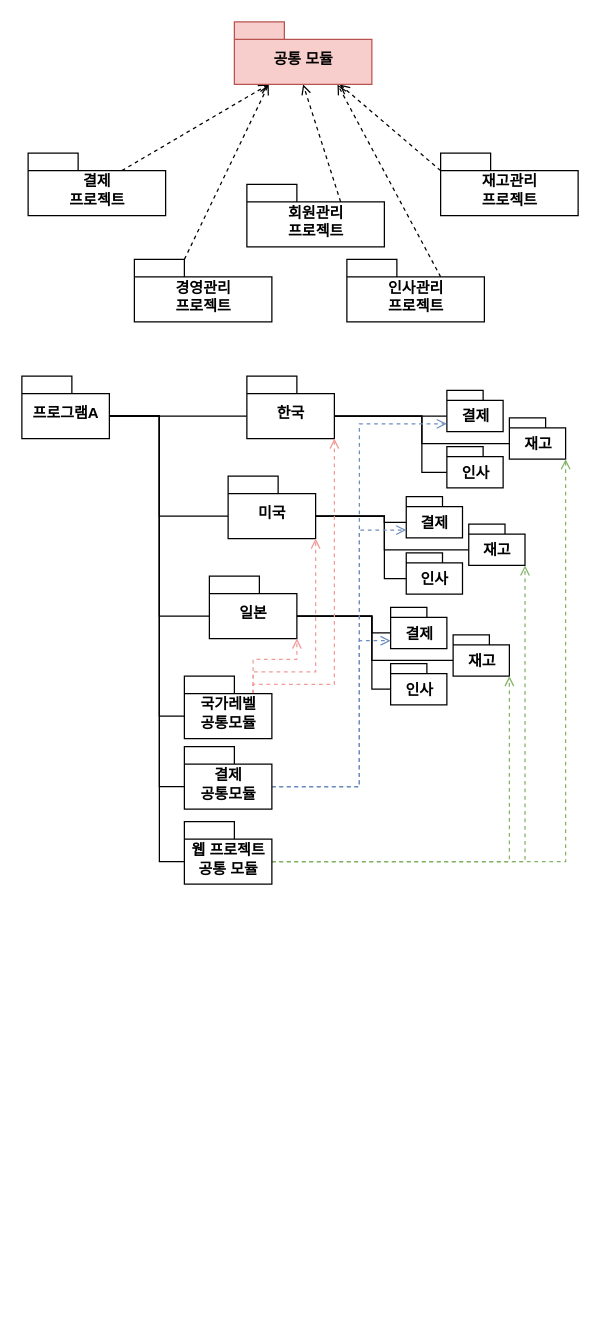
Above: _posts/_image/_drawio/2019.s1.drawio in rura6502/rura6502.github.io (draw.io), before the change. Source tidied: cells renumbered, new cells numbered last; positions are measured from the earlier drawing's top-left corner, leaving out a move shared by most shapes. Both pictures are drawn from the tidied source at 125%, with x=0, y=0 at pixel (21, 21).
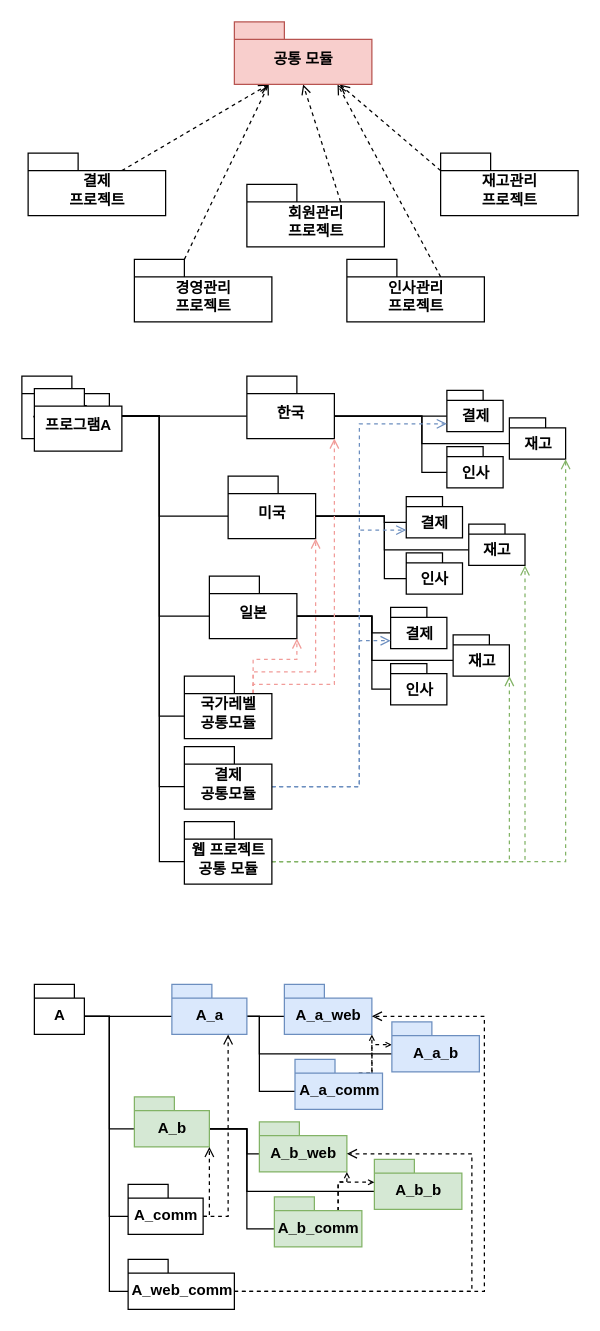
Above is the later version.

What changed in the source:
```diff
@@
+    <mxCell id="53" value="프로그램A" style="shape=folder;fontStyle=1;spacingTop=10;tabWidth=40;tabHeight=14;tabPosition=left;html=1;" parent="1" vertex="1">
+      <mxGeometry x="10" y="293.3" width="70" height="50" as="geometry" />
+    </mxCell>
+    <mxCell id="54" style="rounded=0;jettySize=auto;html=1;exitX=0;exitY=0;exitDx=40;exitDy=25.5;exitPerimeter=0;entryX=0;entryY=0;entryDx=0;entryDy=25.5;entryPerimeter=0;startArrow=none;startFill=0;endArrow=none;endFill=0;strokeColor=#000000;" parent="1" edge="1" source="58" target="62">
+      <mxGeometry relative="1" as="geometry" />
+    </mxCell>
+    <mxCell id="55" style="edgeStyle=orthogonalEdgeStyle;rounded=0;jettySize=auto;html=1;exitX=0;exitY=0;exitDx=40;exitDy=25.5;exitPerimeter=0;entryX=0;entryY=0;entryDx=0;entryDy=25.5;entryPerimeter=0;startArrow=none;startFill=0;endArrow=none;endFill=0;strokeColor=#000000;" parent="1" edge="1" source="58" target="66">
+      <mxGeometry relative="1" as="geometry">
+        <Array as="points">
+          <mxPoint x="70" y="795" />
+          <mxPoint x="70" y="885" />
+        </Array>
+      </mxGeometry>
+    </mxCell>
+    <mxCell id="56" style="edgeStyle=orthogonalEdgeStyle;rounded=0;jettySize=auto;html=1;exitX=0;exitY=0;exitDx=40;exitDy=25.5;exitPerimeter=0;entryX=0;entryY=0;entryDx=0;entryDy=25.5;entryPerimeter=0;startArrow=none;startFill=0;endArrow=none;endFill=0;strokeColor=#000000;" parent="1" edge="1" source="58" target="69">
+      <mxGeometry relative="1" as="geometry">
+        <Array as="points">
+          <mxPoint x="70" y="795" />
+          <mxPoint x="70" y="955" />
+        </Array>
+      </mxGeometry>
+    </mxCell>
+    <mxCell id="57" style="edgeStyle=orthogonalEdgeStyle;rounded=0;jettySize=auto;html=1;exitX=0;exitY=0;exitDx=40;exitDy=25.5;exitPerimeter=0;entryX=0;entryY=0;entryDx=0;entryDy=25.5;entryPerimeter=0;startArrow=none;startFill=0;endArrow=none;endFill=0;strokeColor=#000000;" parent="1" edge="1" source="58" target="82">
+      <mxGeometry relative="1" as="geometry">
+        <Array as="points">
+          <mxPoint x="70" y="795" />
+          <mxPoint x="70" y="1015" />
+        </Array>
+      </mxGeometry>
+    </mxCell>
+    <mxCell id="58" value="A" style="shape=folder;fontStyle=1;spacingTop=10;tabWidth=32;tabHeight=11;tabPosition=left;html=1;" parent="1" vertex="1">
+      <mxGeometry x="10" y="770" width="40" height="40" as="geometry" />
+    </mxCell>
+    <mxCell id="59" style="edgeStyle=orthogonalEdgeStyle;rounded=0;jettySize=auto;html=1;exitX=0;exitY=0;exitDx=60;exitDy=25.5;exitPerimeter=0;entryX=0;entryY=0;entryDx=0;entryDy=25.5;entryPerimeter=0;startArrow=none;startFill=0;endArrow=none;endFill=0;strokeColor=#000000;" parent="1" edge="1" source="62" target="70">
+      <mxGeometry relative="1" as="geometry" />
+    </mxCell>
+    <mxCell id="60" style="edgeStyle=orthogonalEdgeStyle;rounded=0;jettySize=auto;html=1;exitX=0;exitY=0;exitDx=60;exitDy=25.5;exitPerimeter=0;entryX=0;entryY=0;entryDx=0;entryDy=25.5;entryPerimeter=0;startArrow=none;startFill=0;endArrow=none;endFill=0;strokeColor=#000000;" parent="1" edge="1" source="62" target="74">
+      <mxGeometry relative="1" as="geometry">
+        <Array as="points">
+          <mxPoint x="190" y="795" />
+          <mxPoint x="190" y="825" />
+        </Array>
+      </mxGeometry>
+    </mxCell>
+    <mxCell id="61" style="edgeStyle=orthogonalEdgeStyle;rounded=0;jettySize=auto;html=1;exitX=0;exitY=0;exitDx=60;exitDy=25.5;exitPerimeter=0;entryX=0;entryY=0;entryDx=0;entryDy=25.5;entryPerimeter=0;startArrow=none;startFill=0;endArrow=none;endFill=0;strokeColor=#000000;" parent="1" edge="1" source="62" target="73">
+      <mxGeometry relative="1" as="geometry">
+        <Array as="points">
+          <mxPoint x="190" y="795" />
+          <mxPoint x="190" y="855" />
+        </Array>
+      </mxGeometry>
+    </mxCell>
+    <mxCell id="62" value="A_a" style="shape=folder;fontStyle=1;spacingTop=10;tabWidth=32;tabHeight=11;tabPosition=left;html=1;fillColor=#dae8fc;strokeColor=#6c8ebf;" parent="1" vertex="1">
+      <mxGeometry x="120" y="770" width="60" height="40" as="geometry" />
+    </mxCell>
+    <mxCell id="63" style="edgeStyle=orthogonalEdgeStyle;rounded=0;jettySize=auto;html=1;exitX=0;exitY=0;exitDx=60;exitDy=25.5;exitPerimeter=0;entryX=0;entryY=0;entryDx=0;entryDy=25.5;entryPerimeter=0;startArrow=none;startFill=0;endArrow=none;endFill=0;strokeColor=#000000;" parent="1" edge="1" source="66" target="75">
+      <mxGeometry relative="1" as="geometry">
+        <Array as="points">
+          <mxPoint x="180" y="885" />
+          <mxPoint x="180" y="905" />
+        </Array>
+      </mxGeometry>
+    </mxCell>
+    <mxCell id="64" style="edgeStyle=orthogonalEdgeStyle;rounded=0;jettySize=auto;html=1;exitX=0;exitY=0;exitDx=60;exitDy=25.5;exitPerimeter=0;entryX=0;entryY=0;entryDx=0;entryDy=25.5;entryPerimeter=0;startArrow=none;startFill=0;endArrow=none;endFill=0;strokeColor=#000000;" parent="1" edge="1" source="66" target="76">
+      <mxGeometry relative="1" as="geometry">
+        <Array as="points">
+          <mxPoint x="180" y="885" />
+          <mxPoint x="180" y="935" />
+        </Array>
+      </mxGeometry>
+    </mxCell>
+    <mxCell id="65" style="edgeStyle=orthogonalEdgeStyle;rounded=0;jettySize=auto;html=1;exitX=0;exitY=0;exitDx=60;exitDy=25.5;exitPerimeter=0;entryX=0;entryY=0;entryDx=0;entryDy=25.5;entryPerimeter=0;startArrow=none;startFill=0;endArrow=none;endFill=0;strokeColor=#000000;" parent="1" edge="1" source="66" target="79">
+      <mxGeometry relative="1" as="geometry">
+        <Array as="points">
+          <mxPoint x="180" y="885" />
+          <mxPoint x="180" y="965" />
+        </Array>
+      </mxGeometry>
+    </mxCell>
+    <mxCell id="66" value="A_b" style="shape=folder;fontStyle=1;spacingTop=10;tabWidth=32;tabHeight=11;tabPosition=left;html=1;fillColor=#d5e8d4;strokeColor=#82b366;" parent="1" vertex="1">
+      <mxGeometry x="90" y="860" width="60" height="40" as="geometry" />
+    </mxCell>
+    <mxCell id="67" style="edgeStyle=orthogonalEdgeStyle;rounded=0;jettySize=auto;html=1;exitX=0;exitY=0;exitDx=60;exitDy=25.5;exitPerimeter=0;entryX=0;entryY=0;entryDx=60;entryDy=40;entryPerimeter=0;dashed=1;startArrow=none;startFill=0;endArrow=open;endFill=0;strokeColor=#000000;" parent="1" edge="1" source="69" target="66">
+      <mxGeometry relative="1" as="geometry">
+        <Array as="points">
+          <mxPoint x="150" y="956" />
+        </Array>
+      </mxGeometry>
+    </mxCell>
+    <mxCell id="68" style="edgeStyle=orthogonalEdgeStyle;rounded=0;jettySize=auto;html=1;exitX=0;exitY=0;exitDx=60;exitDy=25.5;exitPerimeter=0;entryX=0.75;entryY=1;entryDx=0;entryDy=0;entryPerimeter=0;dashed=1;startArrow=none;startFill=0;endArrow=open;endFill=0;strokeColor=#000000;" parent="1" edge="1" source="69" target="62">
+      <mxGeometry relative="1" as="geometry">
+        <Array as="points">
+          <mxPoint x="165" y="956" />
+        </Array>
+      </mxGeometry>
+    </mxCell>
+    <mxCell id="69" value="A_comm" style="shape=folder;fontStyle=1;spacingTop=10;tabWidth=32;tabHeight=11;tabPosition=left;html=1;" parent="1" vertex="1">
+      <mxGeometry x="85" y="930" width="60" height="40" as="geometry" />
+    </mxCell>
+    <mxCell id="70" value="A_a_web" style="shape=folder;fontStyle=1;spacingTop=10;tabWidth=32;tabHeight=11;tabPosition=left;html=1;fillColor=#dae8fc;strokeColor=#6c8ebf;" parent="1" vertex="1">
+      <mxGeometry x="210" y="770" width="70" height="40" as="geometry" />
+    </mxCell>
+    <mxCell id="71" style="edgeStyle=orthogonalEdgeStyle;rounded=0;jettySize=auto;html=1;exitX=0.88;exitY=0.284;exitDx=0;exitDy=0;exitPerimeter=0;entryX=0;entryY=0;entryDx=70;entryDy=40;entryPerimeter=0;dashed=1;startArrow=none;startFill=0;endArrow=open;endFill=0;endSize=3;strokeColor=#000000;" parent="1" edge="1" source="73" target="70">
+      <mxGeometry relative="1" as="geometry" />
+    </mxCell>
+    <mxCell id="72" style="edgeStyle=orthogonalEdgeStyle;rounded=0;jettySize=auto;html=1;exitX=0;exitY=0;exitDx=51;exitDy=11;exitPerimeter=0;entryX=0;entryY=0;entryDx=0;entryDy=18.25;entryPerimeter=0;dashed=1;startArrow=none;startFill=0;endArrow=open;endFill=0;endSize=3;strokeColor=#000000;" parent="1" edge="1" source="73" target="74">
+      <mxGeometry relative="1" as="geometry">
+        <Array as="points">
+          <mxPoint x="280" y="841" />
+          <mxPoint x="280" y="818" />
+        </Array>
+      </mxGeometry>
+    </mxCell>
+    <mxCell id="73" value="A_a_comm" style="shape=folder;fontStyle=1;spacingTop=10;tabWidth=32;tabHeight=11;tabPosition=left;html=1;fillColor=#dae8fc;strokeColor=#6c8ebf;" parent="1" vertex="1">
+      <mxGeometry x="218.5" y="830" width="70" height="40" as="geometry" />
+    </mxCell>
+    <mxCell id="74" value="A_a_b" style="shape=folder;fontStyle=1;spacingTop=10;tabWidth=32;tabHeight=11;tabPosition=left;html=1;fillColor=#dae8fc;strokeColor=#6c8ebf;" parent="1" vertex="1">
+      <mxGeometry x="296" y="800" width="70" height="40" as="geometry" />
+    </mxCell>
+    <mxCell id="75" value="A_b_web" style="shape=folder;fontStyle=1;spacingTop=10;tabWidth=32;tabHeight=11;tabPosition=left;html=1;fillColor=#d5e8d4;strokeColor=#82b366;" parent="1" vertex="1">
+      <mxGeometry x="190" y="880" width="70" height="40" as="geometry" />
+    </mxCell>
+    <mxCell id="76" value="A_b_b" style="shape=folder;fontStyle=1;spacingTop=10;tabWidth=32;tabHeight=11;tabPosition=left;html=1;fillColor=#d5e8d4;strokeColor=#82b366;" parent="1" vertex="1">
+      <mxGeometry x="282" y="910" width="70" height="40" as="geometry" />
+    </mxCell>
+    <mxCell id="77" style="edgeStyle=orthogonalEdgeStyle;rounded=0;jettySize=auto;html=1;exitX=0;exitY=0;exitDx=51;exitDy=11;exitPerimeter=0;entryX=0;entryY=0;entryDx=0;entryDy=18.25;entryPerimeter=0;dashed=1;startArrow=none;startFill=0;endArrow=open;endFill=0;endSize=3;strokeColor=#000000;" parent="1" edge="1" source="79" target="76">
+      <mxGeometry relative="1" as="geometry">
+        <Array as="points">
+          <mxPoint x="253" y="928" />
+        </Array>
+      </mxGeometry>
+    </mxCell>
+    <mxCell id="78" style="edgeStyle=orthogonalEdgeStyle;rounded=0;jettySize=auto;html=1;exitX=0;exitY=0;exitDx=51;exitDy=11;exitPerimeter=0;entryX=0;entryY=0;entryDx=70;entryDy=40;entryPerimeter=0;dashed=1;startArrow=none;startFill=0;endArrow=open;endFill=0;endSize=3;strokeColor=#000000;" parent="1" edge="1" source="79" target="75">
+      <mxGeometry relative="1" as="geometry">
+        <Array as="points">
+          <mxPoint x="253" y="928" />
+          <mxPoint x="260" y="928" />
+        </Array>
+      </mxGeometry>
+    </mxCell>
+    <mxCell id="79" value="A_b_comm" style="shape=folder;fontStyle=1;spacingTop=10;tabWidth=32;tabHeight=11;tabPosition=left;html=1;fillColor=#d5e8d4;strokeColor=#82b366;" parent="1" vertex="1">
+      <mxGeometry x="202" y="940" width="70" height="40" as="geometry" />
+    </mxCell>
+    <mxCell id="80" style="edgeStyle=orthogonalEdgeStyle;rounded=0;jettySize=auto;html=1;exitX=0;exitY=0;exitDx=85;exitDy=25.5;exitPerimeter=0;entryX=0;entryY=0;entryDx=70;entryDy=25.5;entryPerimeter=0;startArrow=none;startFill=0;endArrow=open;endFill=0;strokeColor=#000000;dashed=1;" parent="1" edge="1" source="82" target="75">
+      <mxGeometry relative="1" as="geometry">
+        <Array as="points">
+          <mxPoint x="360" y="1016" />
+          <mxPoint x="360" y="905" />
+        </Array>
+      </mxGeometry>
+    </mxCell>
+    <mxCell id="81" style="edgeStyle=orthogonalEdgeStyle;rounded=0;jettySize=auto;html=1;exitX=0;exitY=0;exitDx=85;exitDy=25.5;exitPerimeter=0;entryX=0;entryY=0;entryDx=70;entryDy=25.5;entryPerimeter=0;dashed=1;startArrow=none;startFill=0;endArrow=open;endFill=0;strokeColor=#000000;" parent="1" edge="1" source="82" target="70">
+      <mxGeometry relative="1" as="geometry">
+        <Array as="points">
+          <mxPoint x="370" y="1016" />
+          <mxPoint x="370" y="796" />
+        </Array>
+      </mxGeometry>
+    </mxCell>
+    <mxCell id="82" value="A_web_comm" style="shape=folder;fontStyle=1;spacingTop=10;tabWidth=32;tabHeight=11;tabPosition=left;html=1;" parent="1" vertex="1">
+      <mxGeometry x="85" y="990" width="85" height="40" as="geometry" />
+    </mxCell>
```
